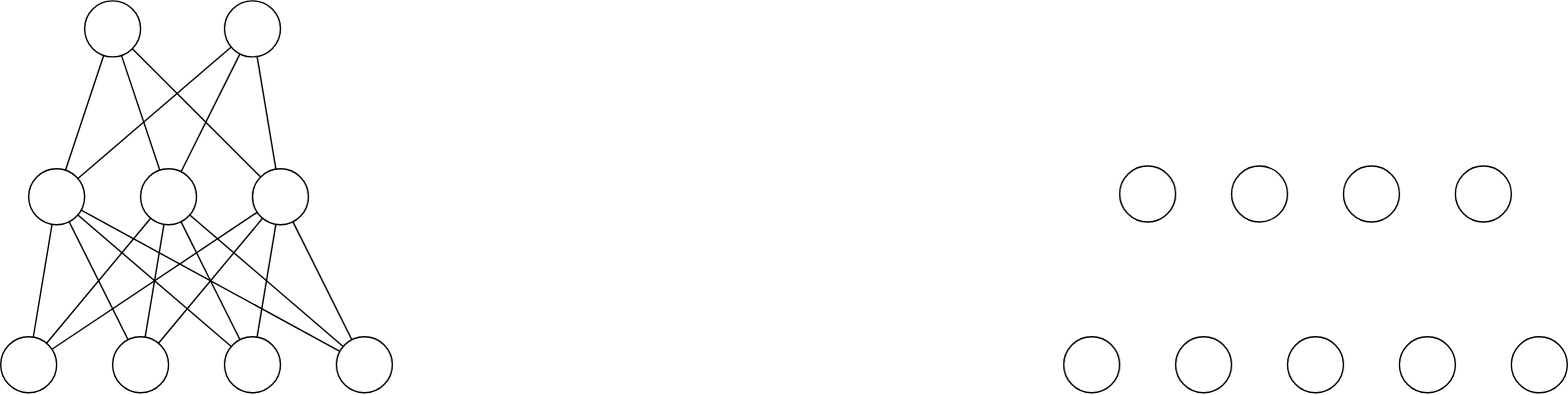
This is MiKee.svg from mikee-AI/Udacity, a draw.io export, as it was before one commit. Source tidied: cells renumbered, new cells last; positions are measured from the earlier drawing's top-left corner, leaving out a move shared by most shapes. Source of this version:
```xml
<mxGraphModel>
  <root>
    <mxCell id="0" />
    <mxCell id="1" parent="0" />
    <mxCell id="2" style="ellipse;whiteSpace=wrap;html=1;" parent="1" vertex="1">
      <mxGeometry x="160" width="40" height="40" as="geometry" />
    </mxCell>
    <mxCell id="3" style="ellipse;whiteSpace=wrap;html=1;" parent="1" vertex="1">
      <mxGeometry x="920" y="240" width="40" height="40" as="geometry" />
    </mxCell>
    <mxCell id="4" style="ellipse;whiteSpace=wrap;html=1;" parent="1" vertex="1">
      <mxGeometry x="1000" y="240" width="40" height="40" as="geometry" />
    </mxCell>
    <mxCell id="5" style="ellipse;whiteSpace=wrap;html=1;" parent="1" vertex="1">
      <mxGeometry x="1080" y="240" width="40" height="40" as="geometry" />
    </mxCell>
    <mxCell id="6" style="ellipse;whiteSpace=wrap;html=1;" parent="1" vertex="1">
      <mxGeometry x="840" y="240" width="40" height="40" as="geometry" />
    </mxCell>
    <mxCell id="7" style="ellipse;whiteSpace=wrap;html=1;" parent="1" vertex="1">
      <mxGeometry x="760" y="240" width="40" height="40" as="geometry" />
    </mxCell>
    <mxCell id="8" style="ellipse;whiteSpace=wrap;html=1;" parent="1" vertex="1">
      <mxGeometry x="800" y="118" width="40" height="40" as="geometry" />
    </mxCell>
    <mxCell id="9" style="ellipse;whiteSpace=wrap;html=1;" parent="1" vertex="1">
      <mxGeometry x="880" y="118" width="40" height="40" as="geometry" />
    </mxCell>
    <mxCell id="10" style="ellipse;whiteSpace=wrap;html=1;" parent="1" vertex="1">
      <mxGeometry x="960" y="118" width="40" height="40" as="geometry" />
    </mxCell>
    <mxCell id="11" style="ellipse;whiteSpace=wrap;html=1;" parent="1" vertex="1">
      <mxGeometry x="1040" y="118" width="40" height="40" as="geometry" />
    </mxCell>
    <mxCell id="12" style="endArrow=none;html=1;exitX=0.5;exitY=0.5;exitDx=0;exitDy=0;exitPerimeter=0;" parent="1" edge="1" source="29" target="36">
      <mxGeometry relative="1" as="geometry" />
    </mxCell>
    <mxCell id="13" style="endArrow=none;html=1;" parent="1" edge="1" source="28" target="24">
      <mxGeometry relative="1" as="geometry" />
    </mxCell>
    <mxCell id="14" style="endArrow=none;html=1;" parent="1" edge="1" source="26" target="25">
      <mxGeometry relative="1" as="geometry" />
    </mxCell>
    <mxCell id="15" style="endArrow=none;html=1;" parent="1" edge="1" source="27" target="25">
      <mxGeometry relative="1" as="geometry" />
    </mxCell>
    <mxCell id="16" style="endArrow=none;html=1;" parent="1" edge="1" source="29" target="24">
      <mxGeometry relative="1" as="geometry" />
    </mxCell>
    <mxCell id="17" style="endArrow=none;html=1;" parent="1" edge="1" source="29" target="25">
      <mxGeometry relative="1" as="geometry" />
    </mxCell>
    <mxCell id="18" style="endArrow=none;html=1;entryX=0.5;entryY=0.5;entryDx=0;entryDy=0;entryPerimeter=0;" parent="1" edge="1" source="28" target="36">
      <mxGeometry relative="1" as="geometry" />
    </mxCell>
    <mxCell id="19" style="endArrow=none;html=1;" parent="1" edge="1" source="28" target="25">
      <mxGeometry relative="1" as="geometry" />
    </mxCell>
    <mxCell id="20" style="endArrow=none;html=1;" parent="1" edge="1" source="26" target="24">
      <mxGeometry relative="1" as="geometry" />
    </mxCell>
    <mxCell id="21" style="endArrow=none;html=1;" parent="1" edge="1" source="26" target="36">
      <mxGeometry relative="1" as="geometry" />
    </mxCell>
    <mxCell id="22" style="endArrow=none;html=1;" parent="1" edge="1" source="27" target="36">
      <mxGeometry relative="1" as="geometry" />
    </mxCell>
    <mxCell id="23" style="endArrow=none;html=1;" parent="1" edge="1" source="27" target="24">
      <mxGeometry relative="1" as="geometry" />
    </mxCell>
    <mxCell id="24" style="ellipse;whiteSpace=wrap;html=1;" parent="1" vertex="1">
      <mxGeometry x="100" y="120" width="40" height="40" as="geometry" />
    </mxCell>
    <mxCell id="25" style="ellipse;whiteSpace=wrap;html=1;" parent="1" vertex="1">
      <mxGeometry x="180" y="120" width="40" height="40" as="geometry" />
    </mxCell>
    <mxCell id="26" style="ellipse;whiteSpace=wrap;html=1;" parent="1" vertex="1">
      <mxGeometry x="160" y="240" width="40" height="40" as="geometry" />
    </mxCell>
    <mxCell id="27" style="ellipse;whiteSpace=wrap;html=1;" parent="1" vertex="1">
      <mxGeometry x="240" y="240" width="40" height="40" as="geometry" />
    </mxCell>
    <mxCell id="28" style="ellipse;whiteSpace=wrap;html=1;" parent="1" vertex="1">
      <mxGeometry x="80" y="240" width="40" height="40" as="geometry" />
    </mxCell>
    <mxCell id="29" style="ellipse;whiteSpace=wrap;html=1;" parent="1" vertex="1">
      <mxGeometry y="240" width="40" height="40" as="geometry" />
    </mxCell>
    <mxCell id="30" style="endArrow=none;html=1;entryX=0.5;entryY=0.5;entryDx=0;entryDy=0;entryPerimeter=0;" parent="1" edge="1" target="37">
      <mxGeometry relative="1" as="geometry">
        <mxPoint x="40" y="140" as="sourcePoint" />
      </mxGeometry>
    </mxCell>
    <mxCell id="31" style="endArrow=none;html=1;" parent="1" edge="1" source="24" target="37">
      <mxGeometry relative="1" as="geometry" />
    </mxCell>
    <mxCell id="32" style="endArrow=none;html=1;" parent="1" edge="1" source="24" target="2">
      <mxGeometry relative="1" as="geometry" />
    </mxCell>
    <mxCell id="33" style="endArrow=none;html=1;" parent="1" edge="1" source="25" target="2">
      <mxGeometry relative="1" as="geometry" />
    </mxCell>
    <mxCell id="34" style="endArrow=none;html=1;" parent="1" edge="1" source="25" target="37">
      <mxGeometry relative="1" as="geometry" />
    </mxCell>
    <mxCell id="35" style="endArrow=none;html=1;" parent="1" edge="1" target="2">
      <mxGeometry relative="1" as="geometry">
        <mxPoint x="40" y="140" as="sourcePoint" />
      </mxGeometry>
    </mxCell>
    <mxCell id="36" style="ellipse;whiteSpace=wrap;html=1;" parent="1" vertex="1">
      <mxGeometry x="20" y="120" width="40" height="40" as="geometry" />
    </mxCell>
    <mxCell id="37" style="ellipse;whiteSpace=wrap;html=1;" parent="1" vertex="1">
      <mxGeometry x="60" width="40" height="40" as="geometry" />
    </mxCell>
  </root>
</mxGraphModel>
```
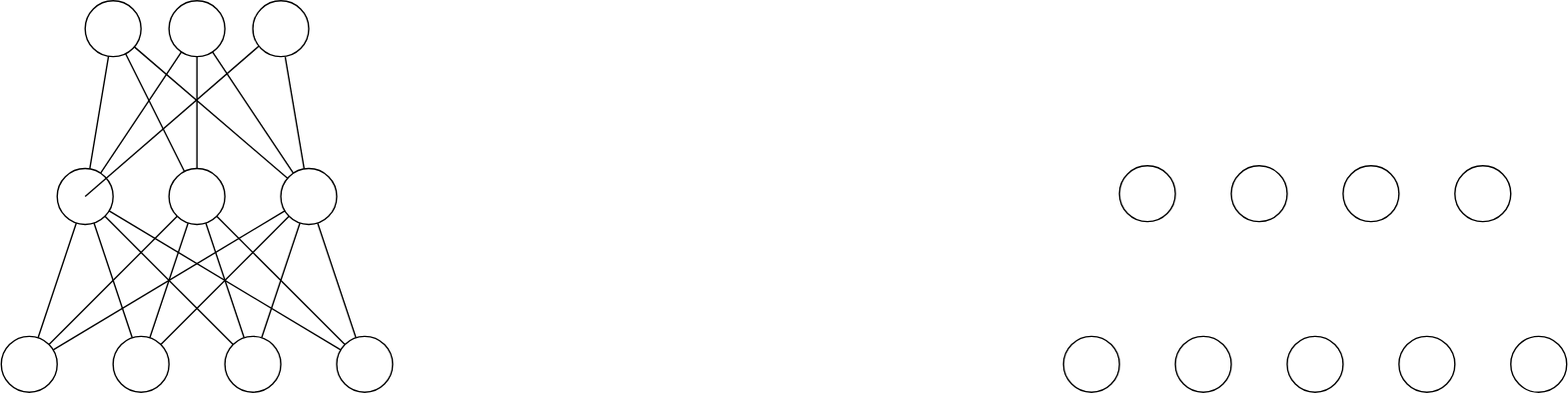
Above is the later version.

What changed in the source:
```diff
@@ -3,7 +3,7 @@
     <mxCell id="0" />
     <mxCell id="1" parent="0" />
     <mxCell id="2" style="ellipse;whiteSpace=wrap;html=1;" parent="1" vertex="1">
-      <mxGeometry x="160" width="40" height="40" as="geometry" />
+      <mxGeometry x="120" width="40" height="40" as="geometry" />
     </mxCell>
     <mxCell id="3" style="ellipse;whiteSpace=wrap;html=1;" parent="1" vertex="1">
       <mxGeometry x="920" y="240" width="40" height="40" as="geometry" />
@@ -69,10 +69,10 @@
       <mxGeometry relative="1" as="geometry" />
     </mxCell>
     <mxCell id="24" style="ellipse;whiteSpace=wrap;html=1;" parent="1" vertex="1">
-      <mxGeometry x="100" y="120" width="40" height="40" as="geometry" />
+      <mxGeometry x="120" y="120" width="40" height="40" as="geometry" />
     </mxCell>
     <mxCell id="25" style="ellipse;whiteSpace=wrap;html=1;" parent="1" vertex="1">
-      <mxGeometry x="180" y="120" width="40" height="40" as="geometry" />
+      <mxGeometry x="200" y="120" width="40" height="40" as="geometry" />
     </mxCell>
     <mxCell id="26" style="ellipse;whiteSpace=wrap;html=1;" parent="1" vertex="1">
       <mxGeometry x="160" y="240" width="40" height="40" as="geometry" />
@@ -86,10 +86,8 @@
     <mxCell id="29" style="ellipse;whiteSpace=wrap;html=1;" parent="1" vertex="1">
       <mxGeometry y="240" width="40" height="40" as="geometry" />
     </mxCell>
-    <mxCell id="30" style="endArrow=none;html=1;entryX=0.5;entryY=0.5;entryDx=0;entryDy=0;entryPerimeter=0;" parent="1" edge="1" target="37">
-      <mxGeometry relative="1" as="geometry">
-        <mxPoint x="40" y="140" as="sourcePoint" />
-      </mxGeometry>
+    <mxCell id="30" style="endArrow=none;html=1;entryX=0.5;entryY=0.5;entryDx=0;entryDy=0;entryPerimeter=0;" parent="1" edge="1" source="36" target="37">
+      <mxGeometry relative="1" as="geometry" />
     </mxCell>
     <mxCell id="31" style="endArrow=none;html=1;" parent="1" edge="1" source="24" target="37">
       <mxGeometry relative="1" as="geometry" />
@@ -103,16 +101,25 @@
     <mxCell id="34" style="endArrow=none;html=1;" parent="1" edge="1" source="25" target="37">
       <mxGeometry relative="1" as="geometry" />
     </mxCell>
-    <mxCell id="35" style="endArrow=none;html=1;" parent="1" edge="1" target="2">
-      <mxGeometry relative="1" as="geometry">
-        <mxPoint x="40" y="140" as="sourcePoint" />
-      </mxGeometry>
+    <mxCell id="35" style="endArrow=none;html=1;" parent="1" edge="1" source="36" target="2">
+      <mxGeometry relative="1" as="geometry" />
     </mxCell>
     <mxCell id="36" style="ellipse;whiteSpace=wrap;html=1;" parent="1" vertex="1">
-      <mxGeometry x="20" y="120" width="40" height="40" as="geometry" />
+      <mxGeometry x="40" y="120" width="40" height="40" as="geometry" />
     </mxCell>
     <mxCell id="37" style="ellipse;whiteSpace=wrap;html=1;" parent="1" vertex="1">
       <mxGeometry x="60" width="40" height="40" as="geometry" />
     </mxCell>
+    <mxCell id="38" style="ellipse;whiteSpace=wrap;html=1;" parent="1" vertex="1">
+      <mxGeometry x="180" width="40" height="40" as="geometry" />
+    </mxCell>
+    <mxCell id="39" style="endArrow=none;html=1;entryX=0.579;entryY=1.008;entryDx=0;entryDy=0;entryPerimeter=0;" parent="1" edge="1" source="25" target="38">
+      <mxGeometry relative="1" as="geometry" />
+    </mxCell>
+    <mxCell id="40" style="endArrow=none;html=1;entryX=0.109;entryY=0.811;entryDx=0;entryDy=0;entryPerimeter=0;" parent="1" edge="1" target="38">
+      <mxGeometry relative="1" as="geometry">
+        <mxPoint x="60" y="140" as="sourcePoint" />
+      </mxGeometry>
+    </mxCell>
   </root>
 </mxGraphModel>
```
